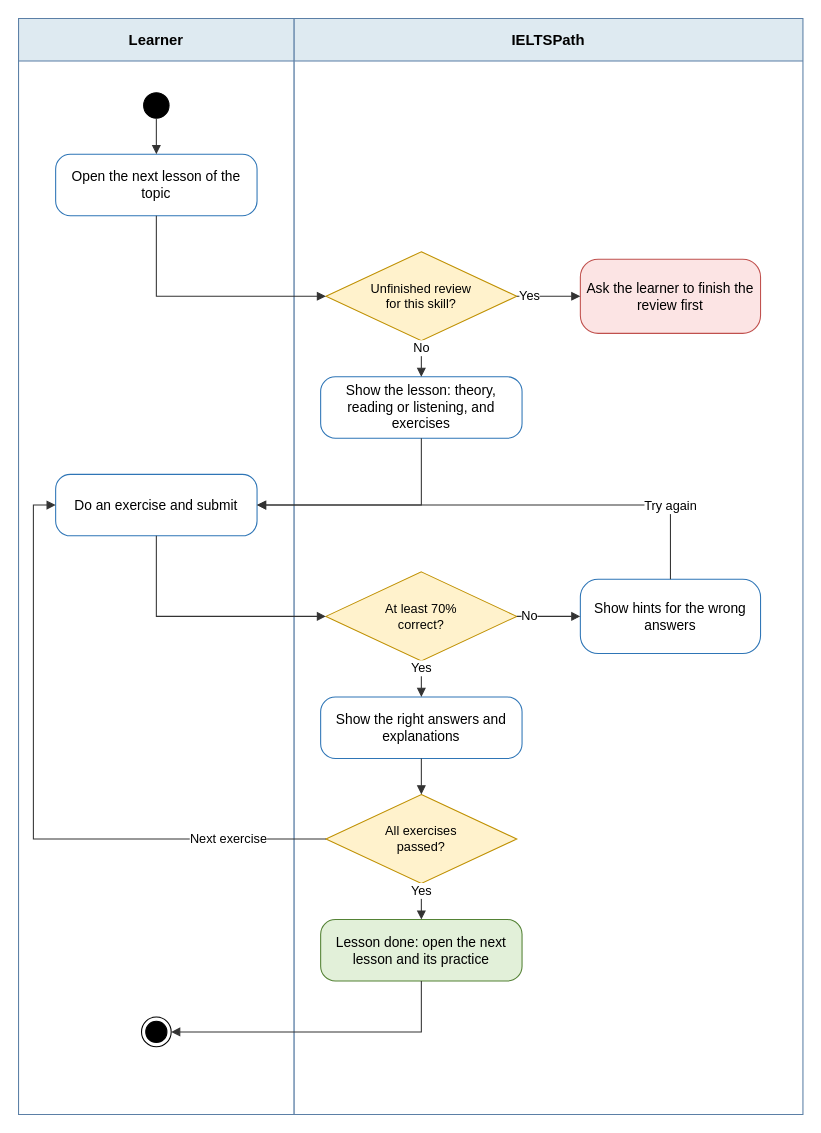
Earlier version of the draw.io diagram page "SC-02 Activity" (2 of 4) of capstone-docs/rp_3.0_system-requirements-system/diagram_script/part2-diagrams/IELTSPath_Scenarios.drawio (IeltsPath-Platform/backend). Source tidied: cells renumbered, new cells numbered last; positions are measured from the earlier drawing's top-left corner, leaving out a move shared by most shapes. Both pictures are drawn from the tidied source at 106%, with x=0, y=0 at pixel (18, 18).
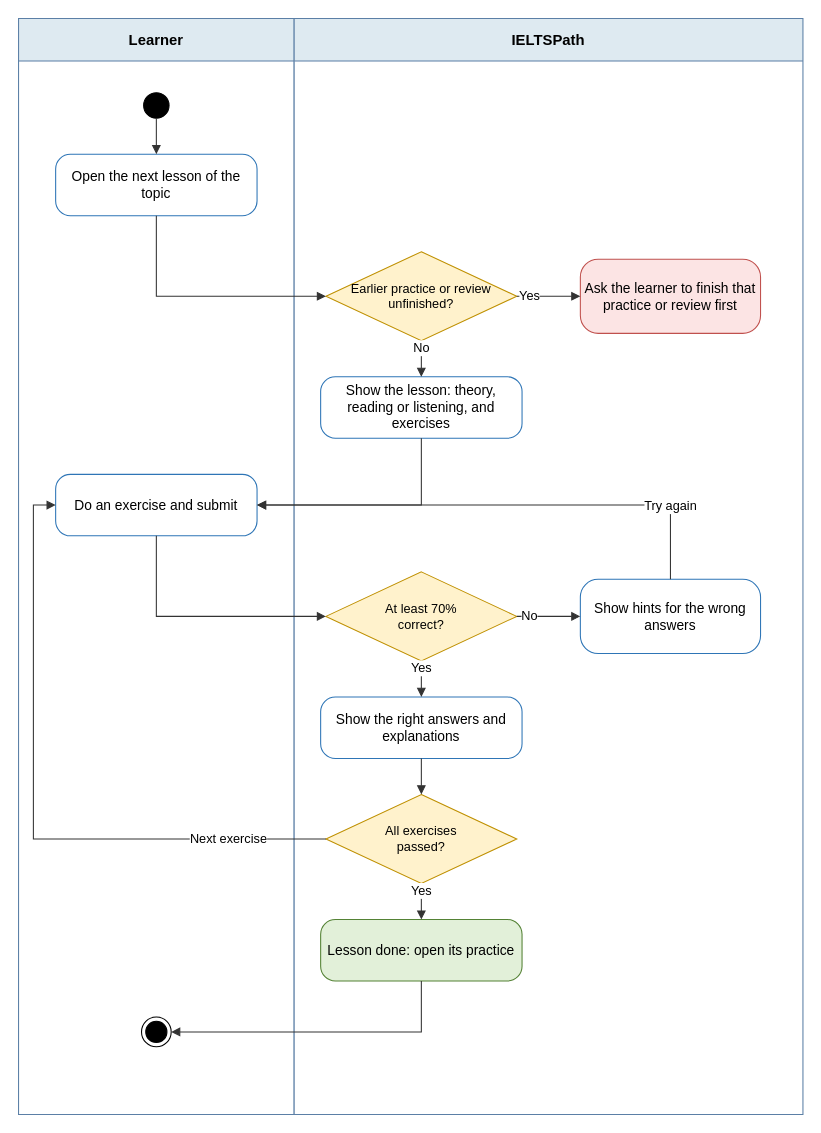
The same page after the edit.

What changed in the source:
```diff
@@
-    <mxCell id="6" value="Unfinished review&lt;br&gt;for this skill?" style="rhombus;whiteSpace=wrap;html=1;fillColor=#FFF2CC;strokeColor=#BF9000;fontSize=12;" parent="1" vertex="1">
+    <mxCell id="6" value="Earlier practice or review unfinished?" style="rhombus;whiteSpace=wrap;html=1;fillColor=#FFF2CC;strokeColor=#BF9000;fontSize=12;" parent="1" vertex="1">
       <mxGeometry x="290" y="220" width="180" height="84" as="geometry" />
     </mxCell>
-    <mxCell id="7" value="Ask the learner to finish the review first" style="rounded=1;arcSize=24;whiteSpace=wrap;html=1;fillColor=#FCE4E4;strokeColor=#C0504D;fontSize=13;" parent="1" vertex="1">
+    <mxCell id="7" value="Ask the learner to finish that practice or review first" style="rounded=1;arcSize=24;whiteSpace=wrap;html=1;fillColor=#FCE4E4;strokeColor=#C0504D;fontSize=13;" parent="1" vertex="1">
       <mxGeometry x="530" y="227" width="170" height="70" as="geometry" />
     </mxCell>
@@
-    <mxCell id="14" value="Lesson done: open the next lesson and its practice" style="rounded=1;arcSize=24;whiteSpace=wrap;html=1;fillColor=#E2F0D9;strokeColor=#548235;fontSize=13;" parent="1" vertex="1">
+    <mxCell id="14" value="Lesson done: open its practice" style="rounded=1;arcSize=24;whiteSpace=wrap;html=1;fillColor=#E2F0D9;strokeColor=#548235;fontSize=13;" parent="1" vertex="1">
       <mxGeometry x="285" y="850" width="190" height="58" as="geometry" />
     </mxCell>
```
